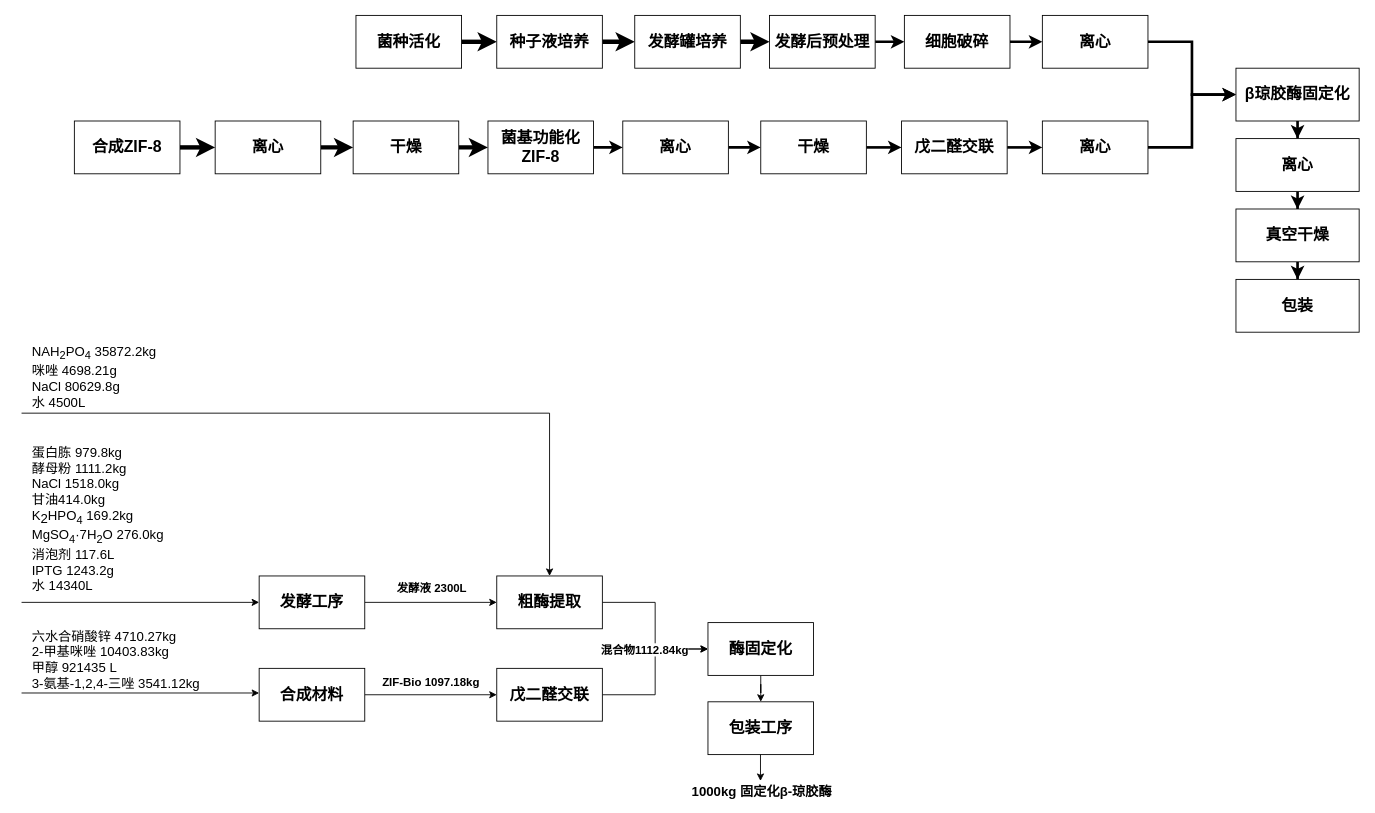
The draw.io diagram Untitled Diagram.drawio in YipengZou/ArcaneVisualize, before the edit. Source tidied: cells renumbered, new cells numbered last; positions are measured from the earlier drawing's top-left corner, leaving out a move shared by most shapes. Both pictures are drawn from the tidied source at 88%, with x=0, y=0 at pixel (21, 15).
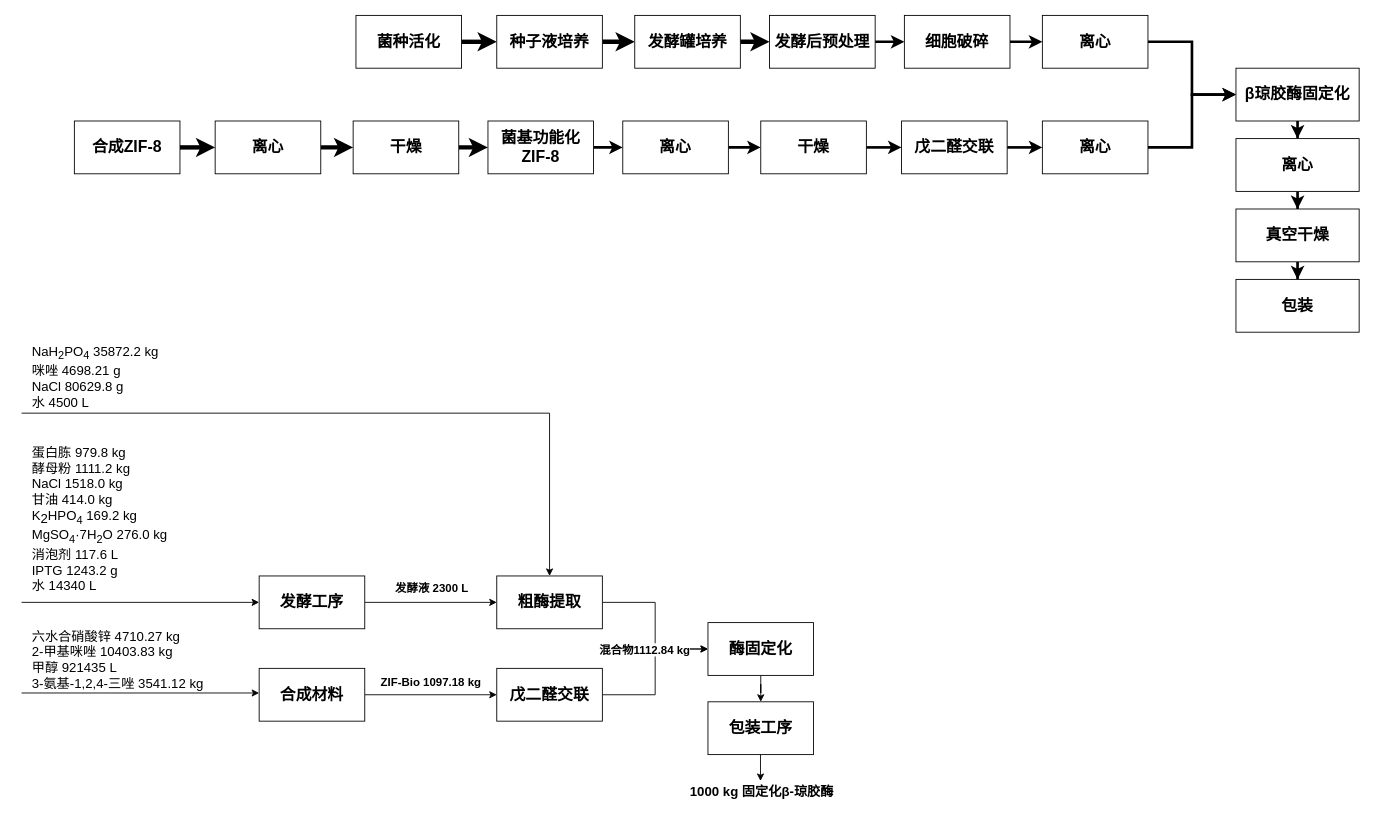
The same diagram, later.

Unchanged cells that the change refers to:
```xml
<mxCell id="37" style="edgeStyle=orthogonalEdgeStyle;rounded=0;jettySize=auto;html=1;" parent="1" edge="1" source="39" target="41">
  <mxGeometry relative="1" as="geometry" />
</mxCell>
```

The edit, as a diff of the source:
```diff
@@
-    <mxCell id="38" value="发酵液 2300L" style="edgeLabel;html=1;align=center;verticalAlign=middle;fontSize=13;fontStyle=1;" parent="37" vertex="1">
+    <mxCell id="38" value="发酵液 2300 L" style="edgeLabel;html=1;align=center;verticalAlign=middle;fontSize=13;fontStyle=1;" parent="37" vertex="1">
       <mxGeometry x="-0.28" y="1" relative="1" as="geometry">
         <mxPoint x="21" y="-16" as="offset" />
       </mxGeometry>
     </mxCell>
@@
-    <mxCell id="47" value="&lt;div style=&quot;&quot;&gt;&lt;span style=&quot;font-size: 15px; font-family: &amp;quot;Noto Serif Simplified Chinese&amp;quot;; background-color: initial;&quot;&gt;蛋白胨 979.8kg&lt;/span&gt;&lt;/div&gt;&lt;font face=&quot;Noto Serif Simplified Chinese&quot;&gt;&lt;div style=&quot;&quot;&gt;&lt;span style=&quot;font-size: 15px; background-color: initial;&quot;&gt;酵母粉 1111.2kg&lt;/span&gt;&lt;/div&gt;&lt;div style=&quot;font-size: 15px;&quot;&gt;&lt;span style=&quot;background-color: initial;&quot;&gt;NaCl 1518.0kg&lt;/span&gt;&lt;/div&gt;&lt;div style=&quot;font-size: 15px;&quot;&gt;&lt;span style=&quot;background-color: initial;&quot;&gt;甘油414.0kg&lt;/span&gt;&lt;/div&gt;&lt;div style=&quot;&quot;&gt;&lt;span style=&quot;font-size: 15px;&quot;&gt;K&lt;/span&gt;&lt;sub style=&quot;font-size: 15px;&quot;&gt;2&lt;/sub&gt;&lt;span style=&quot;font-size: 15px;&quot;&gt;HPO&lt;sub&gt;4&lt;/sub&gt; 169.2kg&lt;/span&gt;&lt;/div&gt;&lt;div style=&quot;&quot;&gt;&lt;font style=&quot;font-size: 15px;&quot;&gt;MgSO&lt;sub&gt;4&lt;/sub&gt;·7H&lt;sub&gt;2&lt;/sub&gt;O 276.0kg&lt;/font&gt;&lt;/div&gt;&lt;div style=&quot;&quot;&gt;&lt;span style=&quot;font-size: 15px;&quot;&gt;消泡剂 117.6L&lt;/span&gt;&lt;/div&gt;&lt;div style=&quot;&quot;&gt;&lt;span style=&quot;font-size: 15px;&quot;&gt;IPTG 1243.2g&lt;/span&gt;&lt;/div&gt;&lt;div style=&quot;&quot;&gt;&lt;span style=&quot;font-size: 15px;&quot;&gt;水 14340L&lt;/span&gt;&lt;/div&gt;&lt;/font&gt;" style="rounded=0;whiteSpace=wrap;html=1;align=left;strokeColor=none;fillColor=none;" parent="1" vertex="1">
+    <mxCell id="47" value="&lt;div style=&quot;&quot;&gt;&lt;span style=&quot;font-size: 15px; font-family: &amp;quot;Noto Serif Simplified Chinese&amp;quot;; background-color: initial;&quot;&gt;蛋白胨 979.8 kg&lt;/span&gt;&lt;/div&gt;&lt;font face=&quot;Noto Serif Simplified Chinese&quot;&gt;&lt;div style=&quot;&quot;&gt;&lt;span style=&quot;font-size: 15px; background-color: initial;&quot;&gt;酵母粉 1111.2 kg&lt;/span&gt;&lt;/div&gt;&lt;div style=&quot;font-size: 15px;&quot;&gt;&lt;span style=&quot;background-color: initial;&quot;&gt;NaCl 1518.0 kg&lt;/span&gt;&lt;/div&gt;&lt;div style=&quot;font-size: 15px;&quot;&gt;&lt;span style=&quot;background-color: initial;&quot;&gt;甘油 414.0 kg&lt;/span&gt;&lt;/div&gt;&lt;div style=&quot;&quot;&gt;&lt;span style=&quot;font-size: 15px;&quot;&gt;K&lt;/span&gt;&lt;sub style=&quot;font-size: 15px;&quot;&gt;2&lt;/sub&gt;&lt;span style=&quot;font-size: 15px;&quot;&gt;HPO&lt;sub&gt;4&lt;/sub&gt; 169.2 kg&lt;/span&gt;&lt;/div&gt;&lt;div style=&quot;&quot;&gt;&lt;font style=&quot;font-size: 15px;&quot;&gt;MgSO&lt;sub&gt;4&lt;/sub&gt;·7H&lt;sub&gt;2&lt;/sub&gt;O 276.0 kg&lt;/font&gt;&lt;/div&gt;&lt;div style=&quot;&quot;&gt;&lt;span style=&quot;font-size: 15px;&quot;&gt;消泡剂 117.6 L&lt;/span&gt;&lt;/div&gt;&lt;div style=&quot;&quot;&gt;&lt;span style=&quot;font-size: 15px;&quot;&gt;IPTG 1243.2 g&lt;/span&gt;&lt;/div&gt;&lt;div style=&quot;&quot;&gt;&lt;span style=&quot;font-size: 15px;&quot;&gt;水 14340 L&lt;/span&gt;&lt;/div&gt;&lt;/font&gt;" style="rounded=0;whiteSpace=wrap;html=1;align=left;strokeColor=none;fillColor=none;" parent="1" vertex="1">
       <mxGeometry x="10" y="482" width="200" height="180" as="geometry" />
     </mxCell>
@@
-    <mxCell id="49" value="&lt;div style=&quot;&quot;&gt;&lt;font face=&quot;Noto Serif Simplified Chinese&quot;&gt;&lt;span style=&quot;font-size: 15px;&quot;&gt;NAH&lt;sub&gt;2&lt;/sub&gt;PO&lt;sub&gt;4&lt;/sub&gt; 35872.2kg&lt;/span&gt;&lt;/font&gt;&lt;/div&gt;&lt;font style=&quot;font-size: 15px;&quot; face=&quot;Noto Serif Simplified Chinese&quot;&gt;咪唑&amp;nbsp;&lt;/font&gt;&lt;span style=&quot;font-size: 15px; font-family: &amp;quot;Noto Serif Simplified Chinese&amp;quot;; background-color: initial;&quot;&gt;4698.21g&lt;/span&gt;&lt;font face=&quot;Noto Serif Simplified Chinese&quot;&gt;&lt;br&gt;&lt;/font&gt;&lt;div style=&quot;&quot;&gt;&lt;font face=&quot;Noto Serif Simplified Chinese&quot;&gt;&lt;span style=&quot;font-size: 15px;&quot;&gt;NaCl 80629.8g&lt;/span&gt;&lt;/font&gt;&lt;/div&gt;&lt;div style=&quot;&quot;&gt;&lt;font face=&quot;Noto Serif Simplified Chinese&quot;&gt;&lt;span style=&quot;font-size: 15px;&quot;&gt;水 4500L&lt;/span&gt;&lt;/font&gt;&lt;/div&gt;" style="rounded=0;whiteSpace=wrap;html=1;align=left;strokeColor=none;fillColor=none;" parent="1" vertex="1">
+    <mxCell id="49" value="&lt;div style=&quot;&quot;&gt;&lt;font face=&quot;Noto Serif Simplified Chinese&quot;&gt;&lt;span style=&quot;font-size: 15px;&quot;&gt;NaH&lt;sub&gt;2&lt;/sub&gt;PO&lt;sub&gt;4&lt;/sub&gt; 35872.2 kg&lt;/span&gt;&lt;/font&gt;&lt;/div&gt;&lt;font style=&quot;font-size: 15px;&quot; face=&quot;Noto Serif Simplified Chinese&quot;&gt;咪唑&amp;nbsp;&lt;/font&gt;&lt;span style=&quot;font-size: 15px; font-family: &amp;quot;Noto Serif Simplified Chinese&amp;quot;; background-color: initial;&quot;&gt;4698.21 g&lt;/span&gt;&lt;font face=&quot;Noto Serif Simplified Chinese&quot;&gt;&lt;br&gt;&lt;/font&gt;&lt;div style=&quot;&quot;&gt;&lt;font face=&quot;Noto Serif Simplified Chinese&quot;&gt;&lt;span style=&quot;font-size: 15px;&quot;&gt;NaCl 80629.8 g&lt;/span&gt;&lt;/font&gt;&lt;/div&gt;&lt;div style=&quot;&quot;&gt;&lt;font face=&quot;Noto Serif Simplified Chinese&quot;&gt;&lt;span style=&quot;font-size: 15px;&quot;&gt;水 4500 L&lt;/span&gt;&lt;/font&gt;&lt;/div&gt;" style="rounded=0;whiteSpace=wrap;html=1;align=left;strokeColor=none;fillColor=none;" parent="1" vertex="1">
       <mxGeometry x="10" y="370" width="200" height="80" as="geometry" />
     </mxCell>
-    <mxCell id="50" value="&lt;b style=&quot;border-color: var(--border-color); background-color: rgb(255, 255, 255);&quot;&gt;&lt;font style=&quot;font-size: 13px;&quot;&gt;ZIF-Bio 1097.18kg&lt;/font&gt;&lt;/b&gt;" style="text;html=1;align=center;verticalAlign=middle;strokeColor=none;fillColor=none;" parent="1" vertex="1">
-      <mxGeometry x="400" y="742" width="130" height="30" as="geometry" />
+    <mxCell id="50" value="&lt;b style=&quot;border-color: var(--border-color); background-color: rgb(255, 255, 255);&quot;&gt;&lt;font style=&quot;font-size: 13px;&quot;&gt;ZIF-Bio 1097.18 kg&lt;/font&gt;&lt;/b&gt;" style="text;html=1;align=center;verticalAlign=middle;strokeColor=none;fillColor=none;" parent="1" vertex="1">
+      <mxGeometry x="395" y="742" width="140" height="30" as="geometry" />
     </mxCell>
@@
-    <mxCell id="52" value="&lt;div style=&quot;&quot;&gt;&lt;font face=&quot;Noto Serif Simplified Chinese&quot;&gt;&lt;span style=&quot;font-size: 15px;&quot;&gt;六水合硝酸锌 4710.27kg&lt;/span&gt;&lt;/font&gt;&lt;/div&gt;&lt;div style=&quot;&quot;&gt;&lt;font face=&quot;Noto Serif Simplified Chinese&quot;&gt;&lt;span style=&quot;font-size: 15px;&quot;&gt;2-甲基咪唑 10403.83kg&lt;/span&gt;&lt;/font&gt;&lt;/div&gt;&lt;div style=&quot;&quot;&gt;&lt;font face=&quot;Noto Serif Simplified Chinese&quot;&gt;&lt;span style=&quot;font-size: 15px;&quot;&gt;甲醇 921435 L&lt;/span&gt;&lt;/font&gt;&lt;/div&gt;&lt;font style=&quot;font-size: 15px;&quot; face=&quot;Noto Serif Simplified Chinese&quot;&gt;3-氨基-1,2,4-三唑&amp;nbsp;&lt;/font&gt;&lt;span style=&quot;font-size: 15px; font-family: &amp;quot;Noto Serif Simplified Chinese&amp;quot;; background-color: initial;&quot;&gt;3541.12kg&lt;/span&gt;&lt;font style=&quot;font-size: 15px;&quot; face=&quot;Noto Serif Simplified Chinese&quot;&gt;&lt;br&gt;&lt;/font&gt;" style="rounded=0;whiteSpace=wrap;html=1;align=left;strokeColor=none;fillColor=none;" parent="1" vertex="1">
+    <mxCell id="52" value="&lt;div style=&quot;&quot;&gt;&lt;font face=&quot;Noto Serif Simplified Chinese&quot;&gt;&lt;span style=&quot;font-size: 15px;&quot;&gt;六水合硝酸锌 4710.27 kg&lt;/span&gt;&lt;/font&gt;&lt;/div&gt;&lt;div style=&quot;&quot;&gt;&lt;font face=&quot;Noto Serif Simplified Chinese&quot;&gt;&lt;span style=&quot;font-size: 15px;&quot;&gt;2-甲基咪唑 10403.83 kg&lt;/span&gt;&lt;/font&gt;&lt;/div&gt;&lt;div style=&quot;&quot;&gt;&lt;font face=&quot;Noto Serif Simplified Chinese&quot;&gt;&lt;span style=&quot;font-size: 15px;&quot;&gt;甲醇 921435 L&lt;/span&gt;&lt;/font&gt;&lt;/div&gt;&lt;font style=&quot;font-size: 15px;&quot; face=&quot;Noto Serif Simplified Chinese&quot;&gt;3-氨基-1,2,4-三唑&amp;nbsp;&lt;/font&gt;&lt;span style=&quot;font-size: 15px; font-family: &amp;quot;Noto Serif Simplified Chinese&amp;quot;; background-color: initial;&quot;&gt;3541.12 kg&lt;/span&gt;&lt;font style=&quot;font-size: 15px;&quot; face=&quot;Noto Serif Simplified Chinese&quot;&gt;&lt;br&gt;&lt;/font&gt;" style="rounded=0;whiteSpace=wrap;html=1;align=left;strokeColor=none;fillColor=none;" parent="1" vertex="1">
       <mxGeometry x="10" y="690" width="210" height="84" as="geometry" />
     </mxCell>
@@
-    <mxCell id="55" value="混合物1112.84kg" style="edgeLabel;html=1;align=center;verticalAlign=middle;fontSize=13;fontStyle=1;" parent="1" vertex="1">
+    <mxCell id="55" value="混合物1112.84 kg" style="edgeLabel;html=1;align=center;verticalAlign=middle;fontSize=13;fontStyle=1;" parent="1" vertex="1">
       <mxGeometry x="707" y="720" as="geometry" />
     </mxCell>
@@
-    <mxCell id="58" value="&lt;font style=&quot;font-size: 15px;&quot;&gt;1000kg 固定化β-琼胶酶&lt;/font&gt;" style="edgeLabel;html=1;align=center;verticalAlign=middle;fontSize=13;fontStyle=1;" parent="1" vertex="1">
+    <mxCell id="58" value="&lt;font style=&quot;font-size: 15px;&quot;&gt;1000 kg 固定化β-琼胶酶&lt;/font&gt;" style="edgeLabel;html=1;align=center;verticalAlign=middle;fontSize=13;fontStyle=1;" parent="1" vertex="1">
       <mxGeometry x="840" y="880" as="geometry" />
     </mxCell>
```
